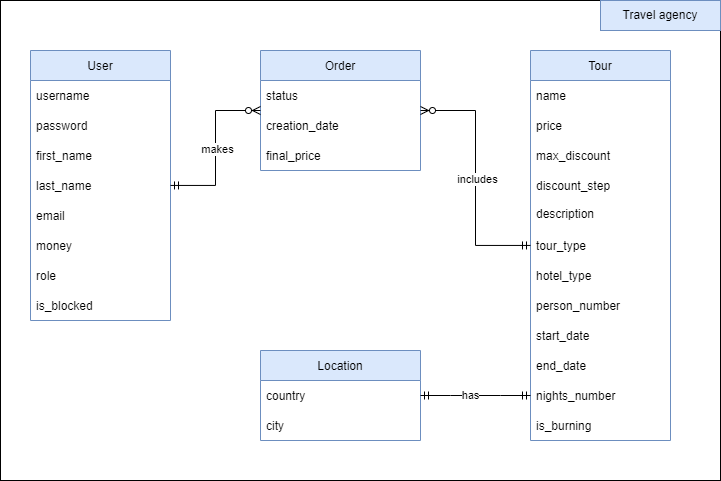
ChuyOleg/Travel-agency keeps this draw.io diagram as diagrams/er_diagram.png. Above is the earlier version. Source tidied: cells renumbered, new cells last; positions are measured from the earlier drawing's top-left corner, leaving out a move shared by most shapes.
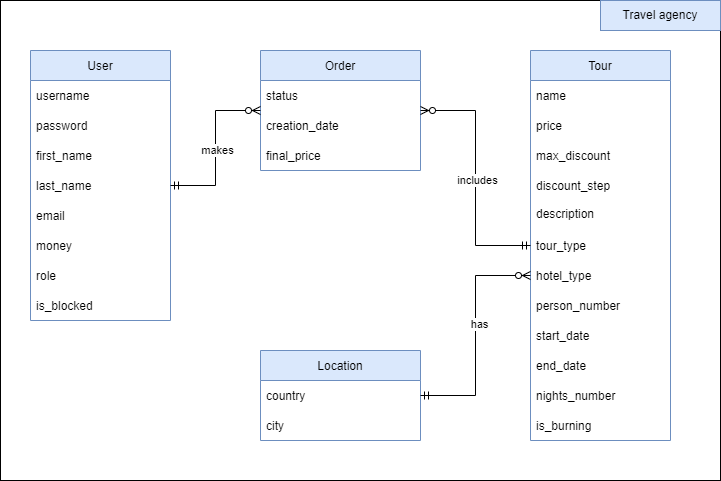
The same diagram one commit later.

Commit message:
Features: - write README.md . Fixes: - change pagination logic (made it transactional); - fix er_diagram.png .

Diff of the diagram source:
```diff
@@ -107,11 +107,11 @@
     <mxCell id="36" value="city" style="text;strokeColor=none;fillColor=none;align=left;verticalAlign=middle;spacingLeft=4;spacingRight=4;overflow=hidden;" parent="34" vertex="1">
       <mxGeometry y="60" width="160" height="30" as="geometry" />
     </mxCell>
-    <mxCell id="37" style="edgeStyle=entityRelationEdgeStyle;fontSize=12;html=1;endArrow=ERmandOne;startArrow=ERmandOne;rounded=0;" parent="1" edge="1" source="34" target="23">
-      <mxGeometry relative="1" as="geometry" />
-    </mxCell>
+    <mxCell id="39" style="edgeStyle=orthogonalEdgeStyle;fontSize=12;html=1;endArrow=ERzeroToMany;startArrow=ERmandOne;rounded=0;exitX=1;exitY=0.5;exitDx=0;exitDy=0;entryX=0;entryY=0.5;entryDx=0;entryDy=0;" parent="1" edge="1" source="35" target="19">
+      <mxGeometry relative="1" as="geometry" />
+    </mxCell>
-    <mxCell id="38" value="has" style="edgeLabel;html=1;align=center;verticalAlign=middle;" parent="37" vertex="1">
-      <mxGeometry x="-0.1" y="1" relative="1" as="geometry" />
+    <mxCell id="38" value="has" style="edgeLabel;html=1;align=center;verticalAlign=middle;" parent="39" vertex="1">
+      <mxGeometry x="0.11" y="-3" relative="1" as="geometry" />
     </mxCell>
   </root>
 </mxGraphModel>
```
